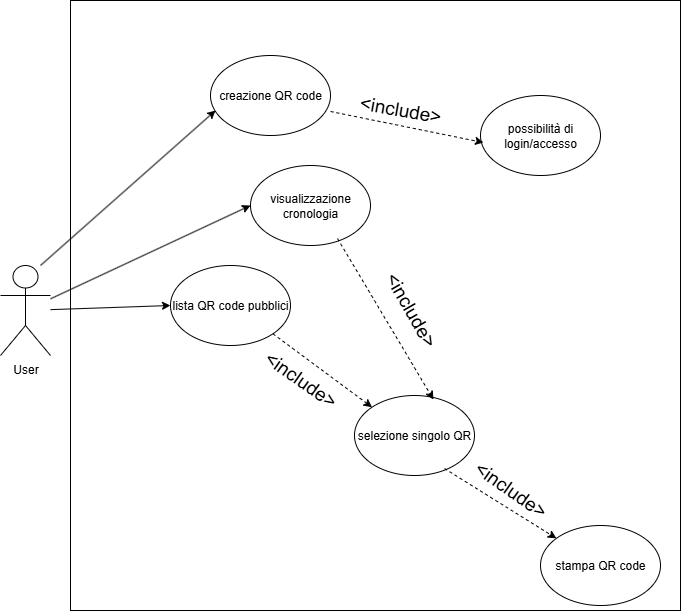
Above: 7_Allegati/Use_Case.png in bianchi-riley/QR_Code_generator (draw.io), before the change. Source tidied: cells renumbered, new cells last; positions are measured from the earlier drawing's top-left corner, leaving out a move shared by most shapes.
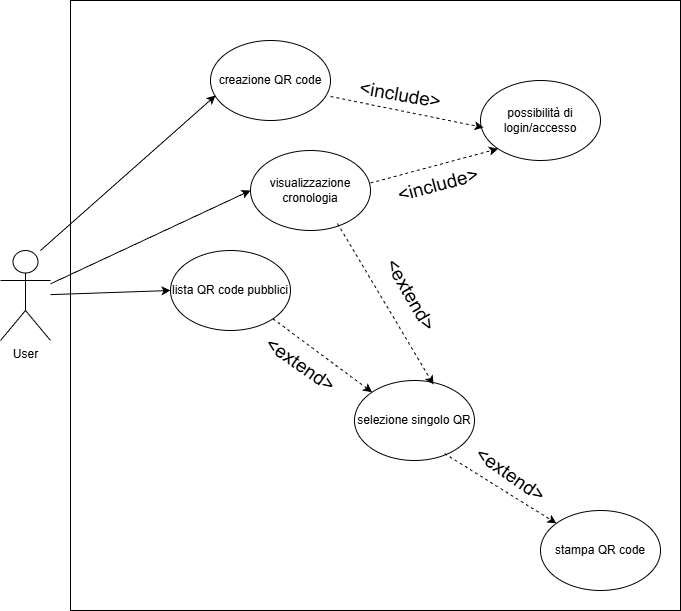
Later version of the same file.

The edit, as a diff of the source:
```diff
@@ -3,7 +3,7 @@
     <mxCell id="0" />
     <mxCell id="1" parent="0" />
     <mxCell id="2" style="whiteSpace=wrap;html=1;" parent="1" vertex="1">
-      <mxGeometry x="70" width="610" height="610" as="geometry" />
+      <mxGeometry x="70" y="15" width="610" height="610" as="geometry" />
     </mxCell>
     <mxCell id="3" value="User" style="shape=umlActor;verticalLabelPosition=bottom;verticalAlign=top;html=1;outlineConnect=0;" parent="1" vertex="1">
       <mxGeometry y="265" width="50" height="90" as="geometry" />
@@ -32,13 +32,13 @@
     <mxCell id="11" style="html=1;labelBackgroundColor=#ffffff;startArrow=none;startFill=0;startSize=6;endArrow=classic;endFill=1;endSize=6;jettySize=auto;strokeWidth=1;dashed=1;fontSize=14;rounded=0;exitX=1;exitY=1;exitDx=0;exitDy=0;entryX=0;entryY=0;entryDx=0;entryDy=0;" parent="1" edge="1" source="4" target="6">
       <mxGeometry relative="1" as="geometry" />
     </mxCell>
-    <mxCell id="12" value="&lt;font style=&quot;font-size: 19px;&quot;&gt;&amp;lt;include&amp;gt;&lt;/font&gt;" style="text;html=1;align=center;verticalAlign=middle;whiteSpace=wrap;rounded=0;rotation=35;" parent="1" vertex="1">
+    <mxCell id="12" value="&lt;font style=&quot;font-size: 19px;&quot;&gt;&amp;lt;extend&amp;gt;&lt;/font&gt;" style="text;html=1;align=center;verticalAlign=middle;whiteSpace=wrap;rounded=0;rotation=35;" parent="1" vertex="1">
       <mxGeometry x="250" y="365" width="100" height="30" as="geometry" />
     </mxCell>
     <mxCell id="13" style="html=1;labelBackgroundColor=#ffffff;startArrow=none;startFill=0;startSize=6;endArrow=classic;endFill=1;endSize=6;jettySize=auto;strokeWidth=1;dashed=1;fontSize=14;rounded=0;entryX=0.658;entryY=0.05;entryDx=0;entryDy=0;entryPerimeter=0;exitX=0.725;exitY=0.913;exitDx=0;exitDy=0;exitPerimeter=0;" parent="1" edge="1" source="10" target="6">
       <mxGeometry relative="1" as="geometry" />
     </mxCell>
-    <mxCell id="14" value="&lt;font style=&quot;font-size: 19px;&quot;&gt;&amp;lt;include&amp;gt;&lt;/font&gt;" style="text;html=1;align=center;verticalAlign=middle;whiteSpace=wrap;rounded=0;rotation=60;" parent="1" vertex="1">
+    <mxCell id="14" value="&lt;font style=&quot;font-size: 19px;&quot;&gt;&amp;lt;extend&amp;gt;&lt;/font&gt;" style="text;html=1;align=center;verticalAlign=middle;whiteSpace=wrap;rounded=0;rotation=60;" parent="1" vertex="1">
       <mxGeometry x="360" y="295" width="100" height="30" as="geometry" />
     </mxCell>
     <mxCell id="15" value="stampa QR code" style="ellipse;whiteSpace=wrap;html=1;" parent="1" vertex="1">
@@ -47,7 +47,7 @@
     <mxCell id="16" style="html=1;labelBackgroundColor=#ffffff;startArrow=none;startFill=0;startSize=6;endArrow=classic;endFill=1;endSize=6;jettySize=auto;strokeWidth=1;dashed=1;fontSize=14;rounded=0;exitX=0.75;exitY=0.913;exitDx=0;exitDy=0;exitPerimeter=0;" parent="1" edge="1" source="6" target="15">
       <mxGeometry relative="1" as="geometry" />
     </mxCell>
-    <mxCell id="17" value="&lt;font style=&quot;font-size: 19px;&quot;&gt;&amp;lt;include&amp;gt;&lt;/font&gt;" style="text;html=1;align=center;verticalAlign=middle;whiteSpace=wrap;rounded=0;rotation=35;" parent="1" vertex="1">
+    <mxCell id="17" value="&lt;font style=&quot;font-size: 19px;&quot;&gt;&amp;lt;extend&amp;gt;&lt;/font&gt;" style="text;html=1;align=center;verticalAlign=middle;whiteSpace=wrap;rounded=0;rotation=35;" parent="1" vertex="1">
       <mxGeometry x="460" y="475" width="100" height="30" as="geometry" />
     </mxCell>
     <mxCell id="18" style="endArrow=classic;html=1;rounded=0;entryX=0.042;entryY=0.688;entryDx=0;entryDy=0;entryPerimeter=0;" parent="1" edge="1" target="8">
@@ -61,5 +61,13 @@
     <mxCell id="20" style="html=1;labelBackgroundColor=#ffffff;startArrow=none;startFill=0;startSize=6;endArrow=classic;endFill=1;endSize=6;jettySize=auto;strokeWidth=1;dashed=1;fontSize=14;rounded=0;exitX=1;exitY=0.7;exitDx=0;exitDy=0;entryX=0.025;entryY=0.588;entryDx=0;entryDy=0;entryPerimeter=0;exitPerimeter=0;" parent="1" edge="1" source="8" target="7">
       <mxGeometry relative="1" as="geometry" />
     </mxCell>
+    <mxCell id="21" value="&lt;font style=&quot;font-size: 19px;&quot;&gt;&amp;lt;include&amp;gt;&lt;/font&gt;" style="text;html=1;align=center;verticalAlign=middle;whiteSpace=wrap;rounded=0;rotation=-15;" parent="1" vertex="1">
+      <mxGeometry x="388" y="185" width="100" height="30" as="geometry" />
+    </mxCell>
+    <mxCell id="22" style="html=1;labelBackgroundColor=#ffffff;startArrow=none;startFill=0;startSize=6;endArrow=classic;endFill=1;endSize=6;jettySize=auto;strokeWidth=1;dashed=1;fontSize=14;rounded=0;exitX=1;exitY=0.7;exitDx=0;exitDy=0;exitPerimeter=0;entryX=0;entryY=1;entryDx=0;entryDy=0;" parent="1" edge="1" target="7">
+      <mxGeometry relative="1" as="geometry">
+        <mxPoint x="370" y="197.5" as="sourcePoint" />
+      </mxGeometry>
+    </mxCell>
   </root>
 </mxGraphModel>
```
